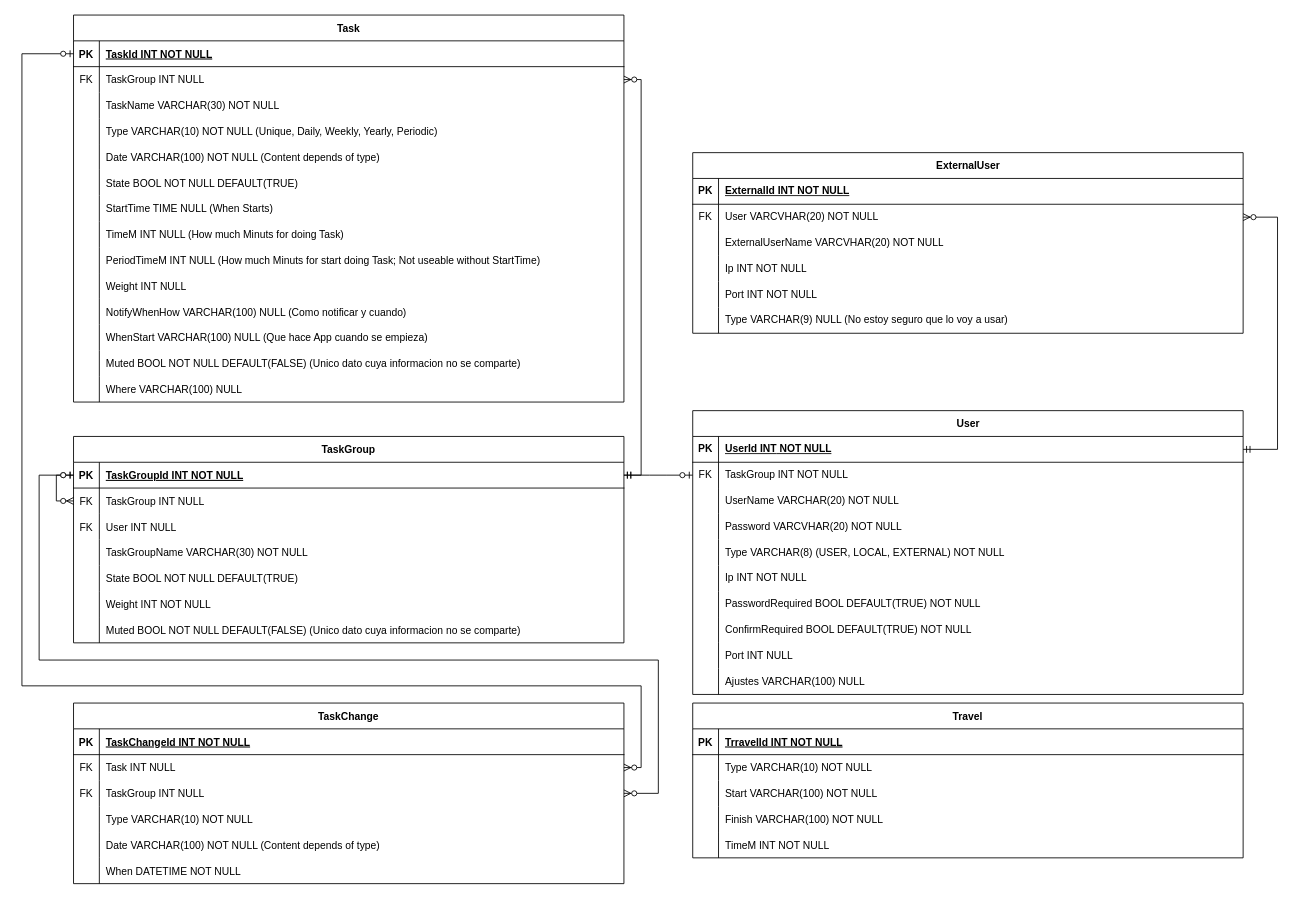
Gosha1030/ProyectoIntermodularGeorgii keeps this draw.io diagram as DiseñoBaseDeDatos.drawio. Above is the earlier version. Source tidied: cells renumbered, new cells numbered last; positions are measured from the earlier drawing's top-left corner, leaving out a move shared by most shapes. Both pictures are drawn from the tidied source at 86%, with x=0, y=0 at pixel (22, 15).
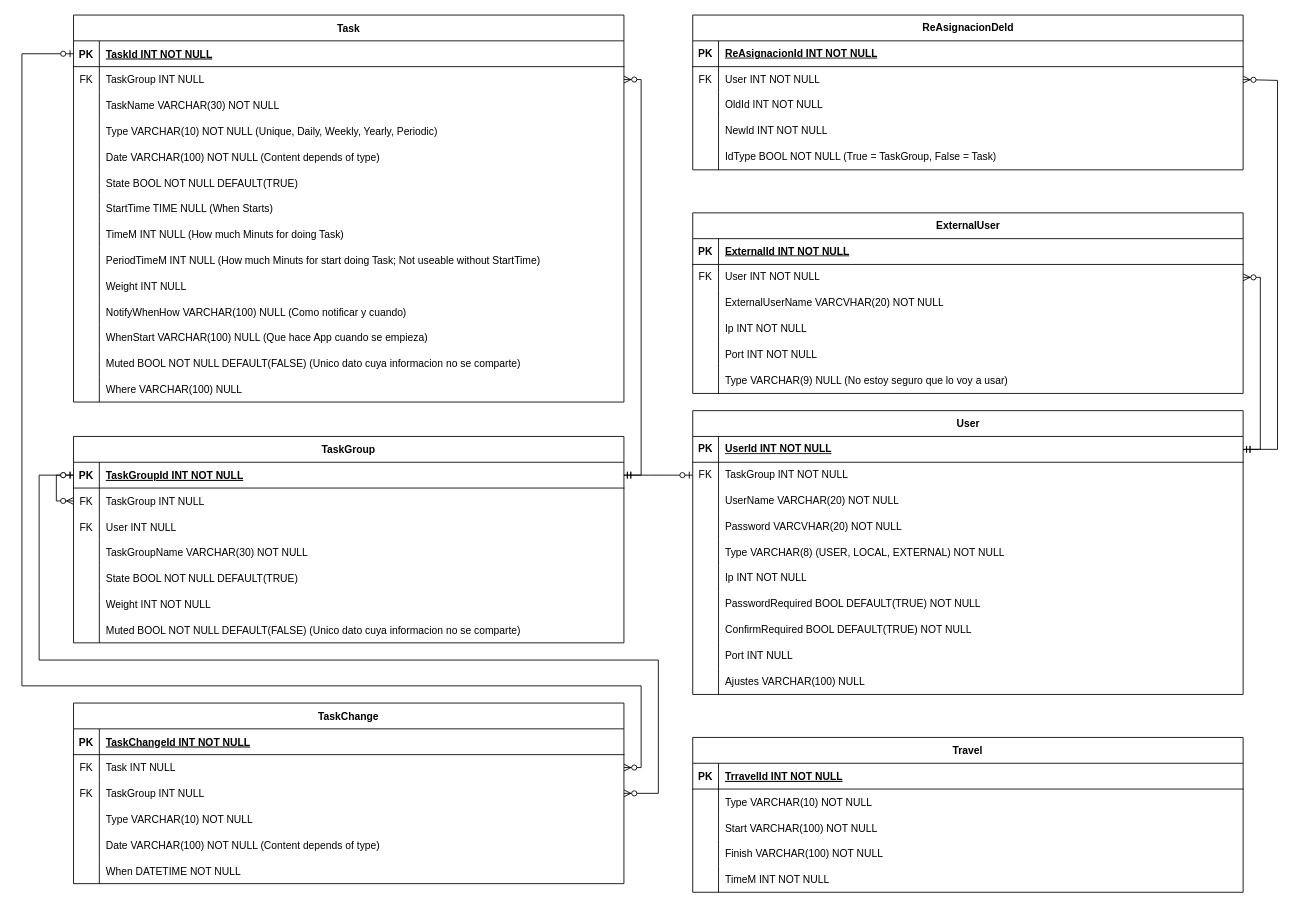
The same page after the edit.

Commit message (it also covers changes not shown here):
Defenicion del proyecto y diagramas actualizados

The change refers to these unchanged cells:
```xml
<mxCell id="88" style="shape=tableRow;horizontal=0;startSize=0;swimlaneHead=0;swimlaneBody=0;fillColor=none;points=[[0,0.5],[1,0.5]];portConstraint=eastwest;top=0;left=0;right=0;bottom=1;" parent="87" vertex="1">
  <mxGeometry y="30" width="640" height="30" as="geometry" />
</mxCell>
<mxCell id="125" style="shape=tableRow;horizontal=0;startSize=0;swimlaneHead=0;swimlaneBody=0;fillColor=none;points=[[0,0.5],[1,0.5]];portConstraint=eastwest;top=0;left=0;right=0;bottom=0;" parent="121" vertex="1">
  <mxGeometry y="60" width="640" height="30" as="geometry" />
</mxCell>
```

What changed in the source:
```diff
@@
     <mxCell id="121" value="ExternalUser" style="shape=table;startSize=30;childLayout=tableLayout;rowLines=0;fontStyle=1;align=center;html=1;" parent="1" vertex="1">
-      <mxGeometry x="780" y="160" width="640" height="210" as="geometry" />
+      <mxGeometry x="780" y="230" width="640" height="210" as="geometry" />
     </mxCell>
@@
-    <mxCell id="127" value="User VARCVHAR(20)&amp;nbsp;&lt;span style=&quot;text-wrap-mode: nowrap;&quot;&gt;NOT NULL&lt;/span&gt;" style="shape=partialRectangle;fillColor=none;top=0;left=0;bottom=0;right=0;align=left;spacingLeft=6;overflow=hidden;whiteSpace=wrap;html=1;" parent="125" vertex="1">
+    <mxCell id="127" value="User INT&amp;nbsp;&lt;span style=&quot;text-wrap-mode: nowrap;&quot;&gt;NOT NULL&lt;/span&gt;" style="shape=partialRectangle;fillColor=none;top=0;left=0;bottom=0;right=0;align=left;spacingLeft=6;overflow=hidden;whiteSpace=wrap;html=1;" parent="125" vertex="1">
       <mxGeometry x="30" width="610" height="30" as="geometry" />
     </mxCell>
@@
     <mxCell id="140" style="edgeStyle=orthogonalEdgeStyle;fontSize=12;html=1;endArrow=ERzeroToMany;startArrow=ERmandOne;rounded=0;exitX=1;exitY=0.5;exitDx=0;exitDy=0;entryX=1;entryY=0.5;entryDx=0;entryDy=0;" parent="1" edge="1" source="88" target="125">
       <mxGeometry relative="1" as="geometry">
         <Array as="points">
-          <mxPoint x="1460" y="505" />
-          <mxPoint x="1460" y="235" />
+          <mxPoint x="1440" y="505" />
+          <mxPoint x="1440" y="305" />
         </Array>
       </mxGeometry>
     </mxCell>
@@
     <mxCell id="142" value="Travel" style="shape=table;startSize=30;childLayout=tableLayout;rowLines=0;fontStyle=1;align=center;" parent="1" vertex="1">
-      <mxGeometry x="780" y="800" width="640" height="180" as="geometry" />
+      <mxGeometry x="780" y="840" width="640" height="180" as="geometry" />
     </mxCell>
@@
+    <mxCell id="158" value="ReAsignacionDeId" style="shape=table;startSize=30;childLayout=tableLayout;rowLines=0;fontStyle=1;align=center;html=1;" parent="1" vertex="1">
+      <mxGeometry x="780" width="640" height="180" as="geometry" />
+    </mxCell>
+    <mxCell id="159" style="shape=tableRow;horizontal=0;startSize=0;swimlaneHead=0;swimlaneBody=0;fillColor=none;top=0;left=0;right=0;bottom=1;" parent="158" vertex="1">
+      <mxGeometry y="30" width="640" height="30" as="geometry" />
+    </mxCell>
+    <mxCell id="160" value="PK" style="shape=partialRectangle;fillColor=none;top=0;left=0;bottom=0;right=0;fontStyle=1;overflow=hidden;whiteSpace=wrap;html=1;" parent="159" vertex="1">
+      <mxGeometry width="30" height="30" as="geometry" />
+    </mxCell>
+    <mxCell id="161" value="&lt;span style=&quot;text-align: center; text-wrap-mode: nowrap;&quot;&gt;ReAsignacionId&lt;/span&gt;&amp;nbsp;INT NOT NULL" style="shape=partialRectangle;fillColor=none;top=0;left=0;bottom=0;right=0;align=left;spacingLeft=6;fontStyle=5;overflow=hidden;whiteSpace=wrap;html=1;" parent="159" vertex="1">
+      <mxGeometry x="30" width="610" height="30" as="geometry" />
+    </mxCell>
+    <mxCell id="162" style="shape=tableRow;horizontal=0;startSize=0;swimlaneHead=0;swimlaneBody=0;fillColor=none;points=[[0,0.5],[1,0.5]];portConstraint=eastwest;top=0;left=0;right=0;bottom=0;" parent="158" vertex="1">
+      <mxGeometry y="60" width="640" height="30" as="geometry" />
+    </mxCell>
+    <mxCell id="163" value="FK" style="shape=partialRectangle;fillColor=none;top=0;left=0;bottom=0;right=0;overflow=hidden;whiteSpace=wrap;html=1;" parent="162" vertex="1">
+      <mxGeometry width="30" height="30" as="geometry" />
+    </mxCell>
+    <mxCell id="164" value="User INT&amp;nbsp;&lt;span style=&quot;text-wrap-mode: nowrap;&quot;&gt;NOT NULL&lt;/span&gt;" style="shape=partialRectangle;fillColor=none;top=0;left=0;bottom=0;right=0;align=left;spacingLeft=6;overflow=hidden;whiteSpace=wrap;html=1;" parent="162" vertex="1">
+      <mxGeometry x="30" width="610" height="30" as="geometry" />
+    </mxCell>
+    <mxCell id="165" style="shape=tableRow;horizontal=0;startSize=0;swimlaneHead=0;swimlaneBody=0;fillColor=none;top=0;left=0;right=0;bottom=0;" parent="158" vertex="1">
+      <mxGeometry y="90" width="640" height="30" as="geometry" />
+    </mxCell>
+    <mxCell id="166" style="shape=partialRectangle;fillColor=none;top=0;left=0;bottom=0;right=0;overflow=hidden;whiteSpace=wrap;html=1;" parent="165" vertex="1">
+      <mxGeometry width="30" height="30" as="geometry" />
+    </mxCell>
+    <mxCell id="167" value="&lt;span style=&quot;text-wrap-mode: nowrap;&quot;&gt;OldId INT NOT NULL&lt;/span&gt;" style="shape=partialRectangle;fillColor=none;top=0;left=0;bottom=0;right=0;align=left;spacingLeft=6;overflow=hidden;whiteSpace=wrap;html=1;" parent="165" vertex="1">
+      <mxGeometry x="30" width="610" height="30" as="geometry" />
+    </mxCell>
+    <mxCell id="168" style="shape=tableRow;horizontal=0;startSize=0;swimlaneHead=0;swimlaneBody=0;fillColor=none;top=0;left=0;right=0;bottom=0;" parent="158" vertex="1">
+      <mxGeometry y="120" width="640" height="30" as="geometry" />
+    </mxCell>
+    <mxCell id="169" style="shape=partialRectangle;fillColor=none;top=0;left=0;bottom=0;right=0;overflow=hidden;whiteSpace=wrap;html=1;" parent="168" vertex="1">
+      <mxGeometry width="30" height="30" as="geometry" />
+    </mxCell>
+    <mxCell id="170" value="NewId INT&lt;span style=&quot;text-wrap-mode: nowrap;&quot;&gt;&amp;nbsp;NOT NULL&lt;/span&gt;" style="shape=partialRectangle;fillColor=none;top=0;left=0;bottom=0;right=0;align=left;spacingLeft=6;overflow=hidden;whiteSpace=wrap;html=1;" parent="168" vertex="1">
+      <mxGeometry x="30" width="610" height="30" as="geometry" />
+    </mxCell>
+    <mxCell id="171" style="shape=tableRow;horizontal=0;startSize=0;swimlaneHead=0;swimlaneBody=0;fillColor=none;top=0;left=0;right=0;bottom=0;" parent="158" vertex="1">
+      <mxGeometry y="150" width="640" height="30" as="geometry" />
+    </mxCell>
+    <mxCell id="172" style="shape=partialRectangle;fillColor=none;top=0;left=0;bottom=0;right=0;overflow=hidden;whiteSpace=wrap;html=1;" parent="171" vertex="1">
+      <mxGeometry width="30" height="30" as="geometry" />
+    </mxCell>
+    <mxCell id="173" value="&lt;span style=&quot;text-wrap-mode: nowrap;&quot;&gt;IdType BOOL NOT NULL (True = TaskGroup, False = Task)&lt;/span&gt;" style="shape=partialRectangle;fillColor=none;top=0;left=0;bottom=0;right=0;align=left;spacingLeft=6;overflow=hidden;whiteSpace=wrap;html=1;" parent="171" vertex="1">
+      <mxGeometry x="30" width="610" height="30" as="geometry" />
+    </mxCell>
+    <mxCell id="174" style="edgeStyle=orthogonalEdgeStyle;fontSize=12;html=1;endArrow=ERzeroToMany;startArrow=ERmandOne;rounded=0;exitX=1;exitY=0.5;exitDx=0;exitDy=0;entryX=1;entryY=0.5;entryDx=0;entryDy=0;" parent="1" edge="1" source="88" target="162">
+      <mxGeometry relative="1" as="geometry">
+        <Array as="points">
+          <mxPoint x="1460" y="505" />
+          <mxPoint x="1460" y="76" />
+        </Array>
+      </mxGeometry>
+    </mxCell>
```
